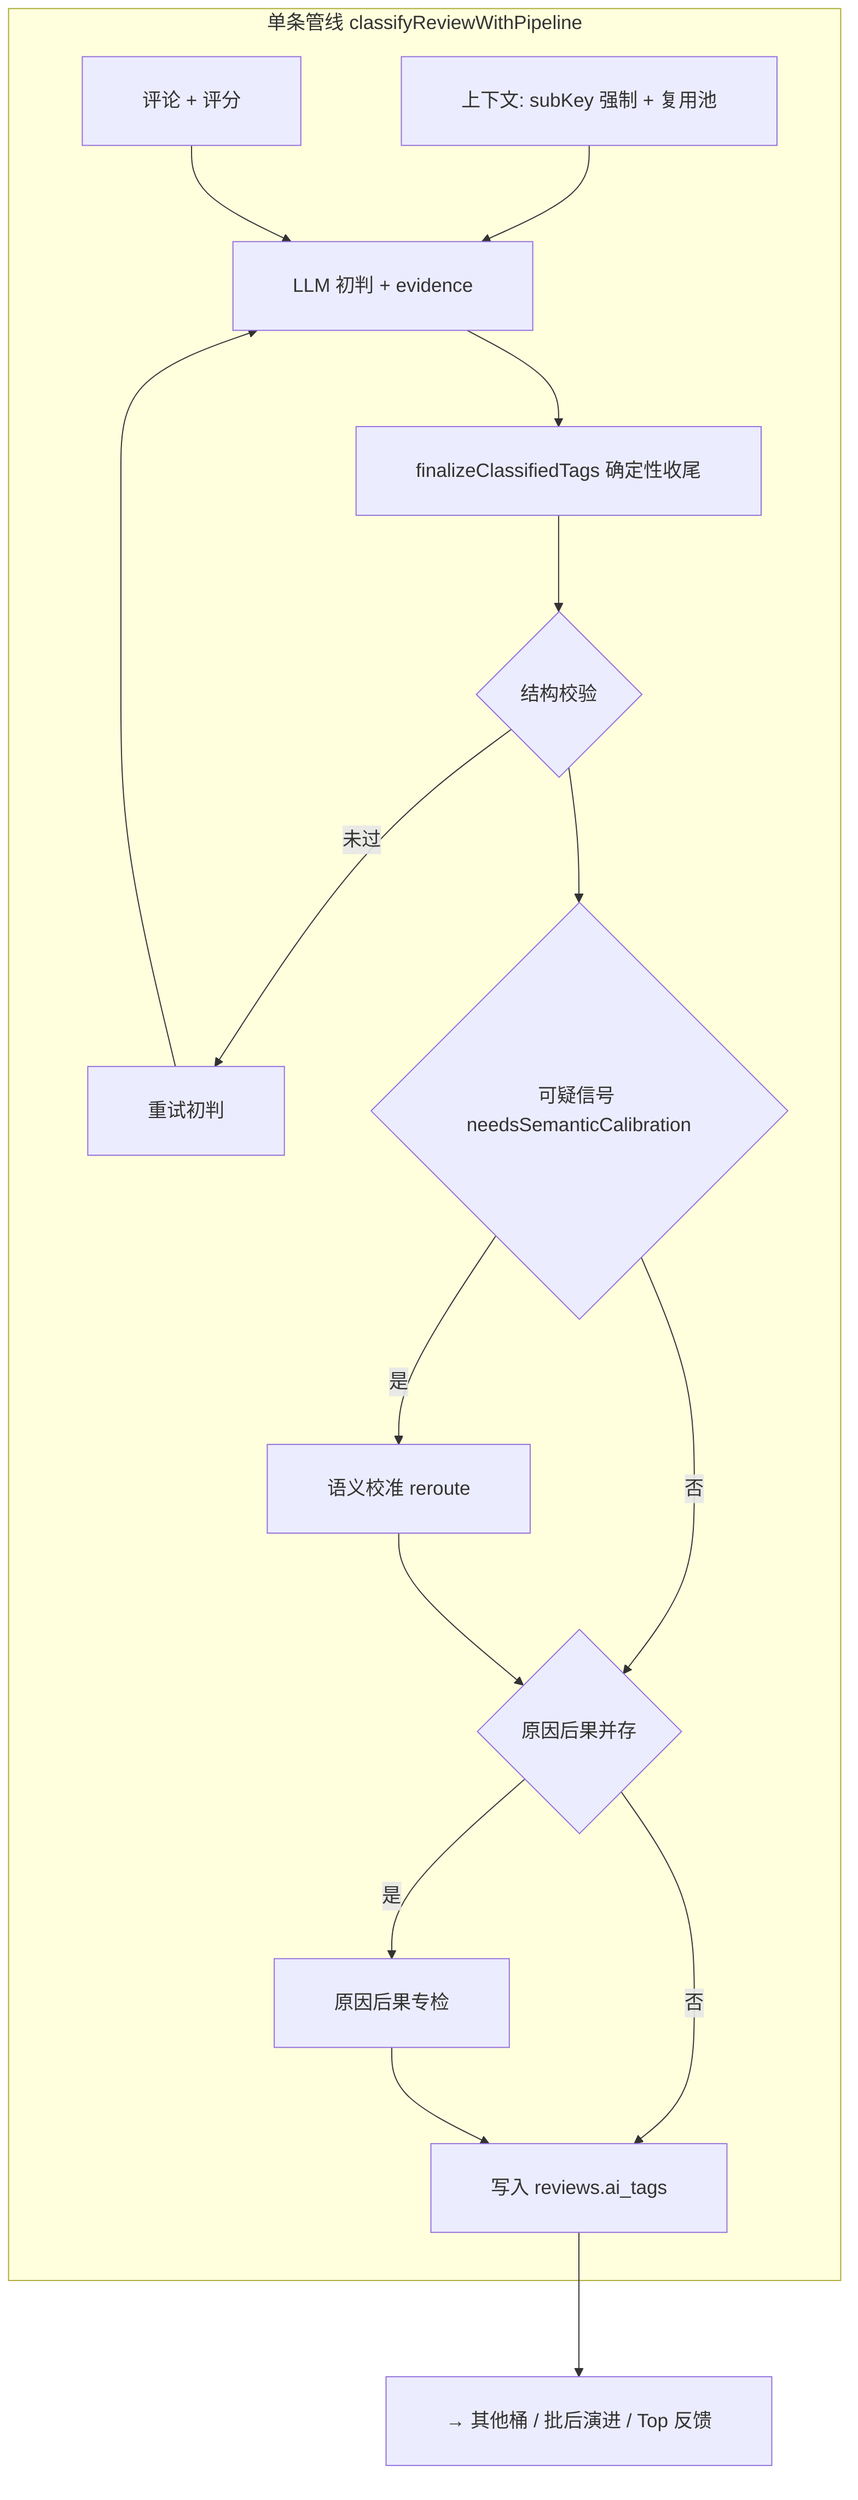
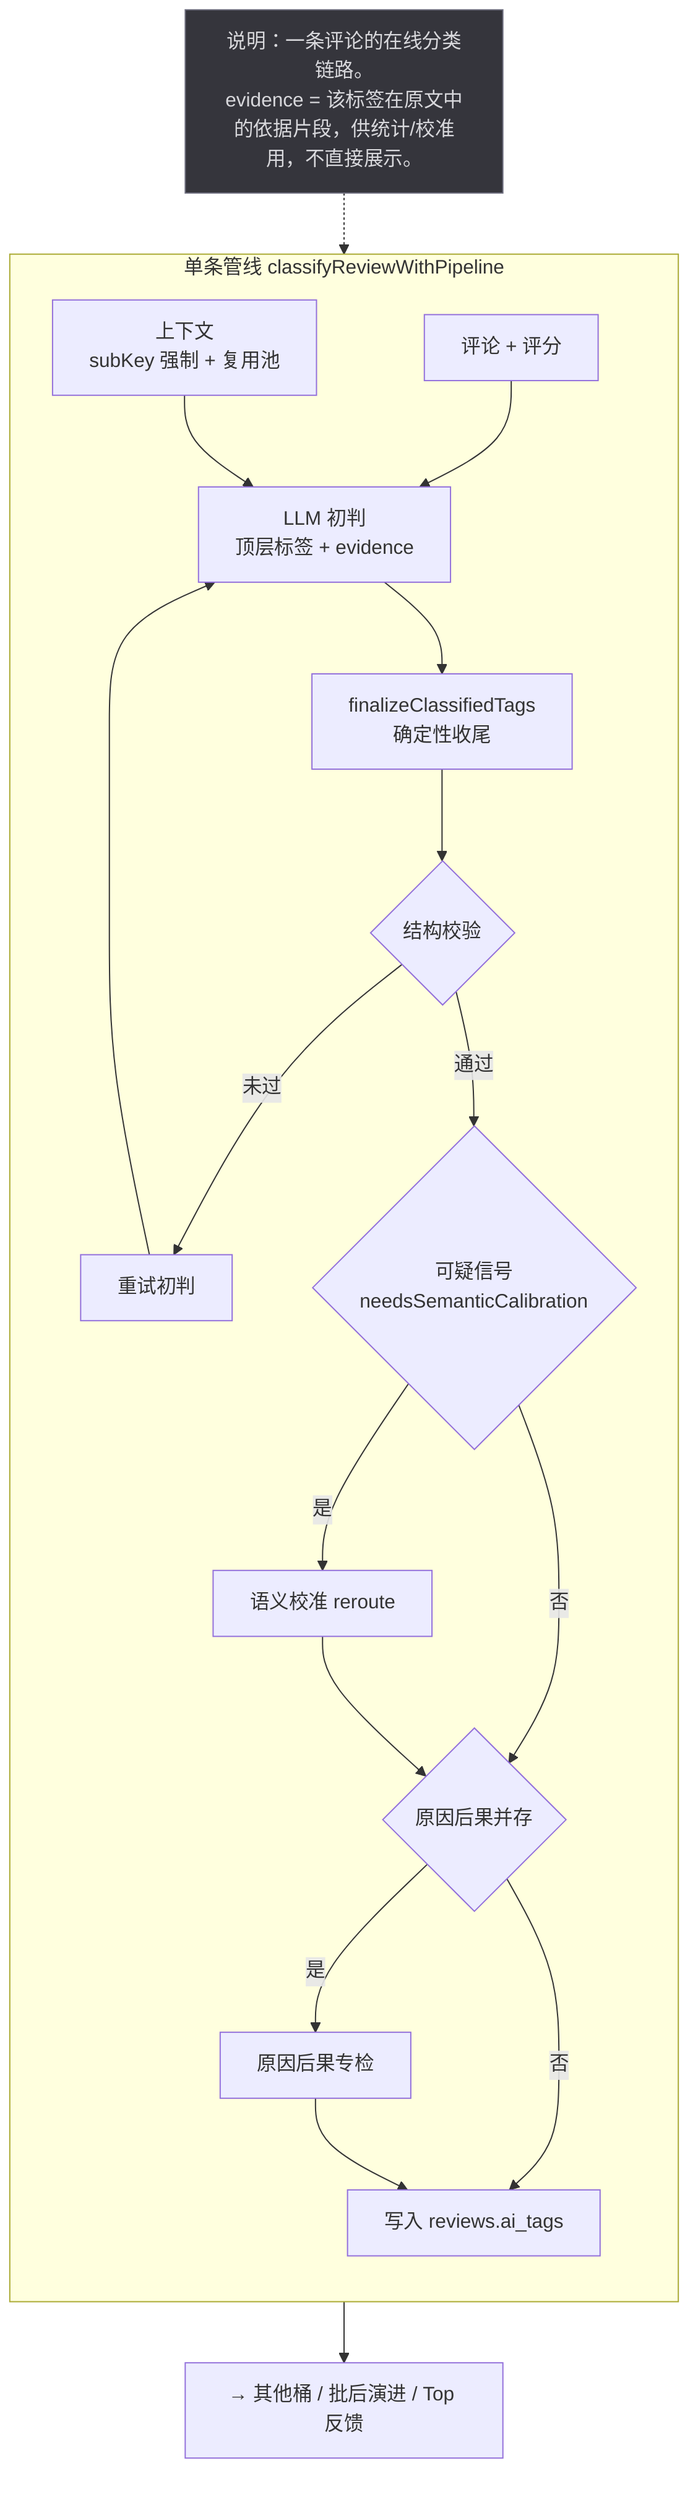
- %%{init: {"themeVariables": {"fontSize": "18px"}, "flowchart": {"nodeSpacing": 80, "rankSpacing": 90, "padding": 28, "wrappingWidth": 280}}}%%
flowchart TB
+   classDef note fill:#35353c,stroke:#707080,stroke-width:1px,color:#d8d8dc
+ 
+   NOTE_PIPE["说明：一条评论的在线分类链路。<br/>evidence = 该标签在原文中的依据片段，供统计/校准用，不直接展示。"]
+   class NOTE_PIPE note
+ 
  subgraph pipe [单条管线 classifyReviewWithPipeline]
-     CTX["上下文: subKey 强制 + 复用池"] --> LLM1
-     IN[评论 + 评分] --> LLM1[LLM 初判 + evidence]
-     LLM1 --> FIN[finalizeClassifiedTags 确定性收尾]
+     direction TB
+     IN[评论 + 评分] --> LLM1
+     CTX["上下文<br/>subKey 强制 + 复用池"] --> LLM1
+     LLM1["LLM 初判<br/>顶层标签 + evidence"]
+     LLM1 --> FIN[finalizeClassifiedTags<br/>确定性收尾]
    FIN --> VAL{结构校验}
    VAL -->|未过| RETRY[重试初判]
    RETRY --> LLM1
-     VAL --> SEM{可疑信号 needsSemanticCalibration}
+     VAL -->|通过| SEM{可疑信号<br/>needsSemanticCalibration}
    SEM -->|是| LLM2[语义校准 reroute]
    SEM -->|否| CC{原因后果并存}
    LLM2 --> CC
    CC -->|是| LLM3[原因后果专检]
    CC -->|否| SAVE[写入 reviews.ai_tags]
    LLM3 --> SAVE
  end

  SAVE --> OUT["→ 其他桶 / 批后演进 / Top 反馈"]
+ 
+   NOTE_PIPE -.-> pipe
